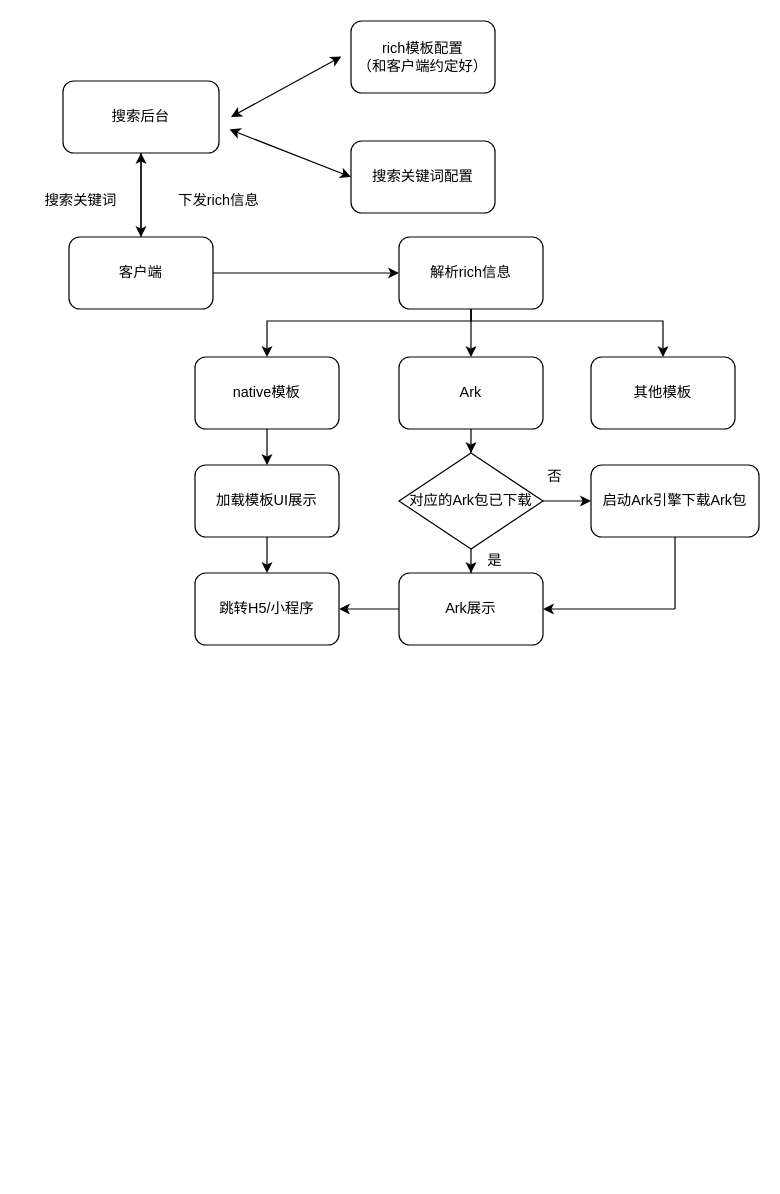
Above: page "Ark" (3 of 3) of t3.drawio in wind1096471134/Brainstorming (draw.io), before the change. Source tidied: cells renumbered, new cells numbered last; positions are measured from the earlier drawing's top-left corner, leaving out a move shared by most shapes. Both pictures are drawn from the tidied source at 120%, with x=0, y=0 at pixel (20, 20).
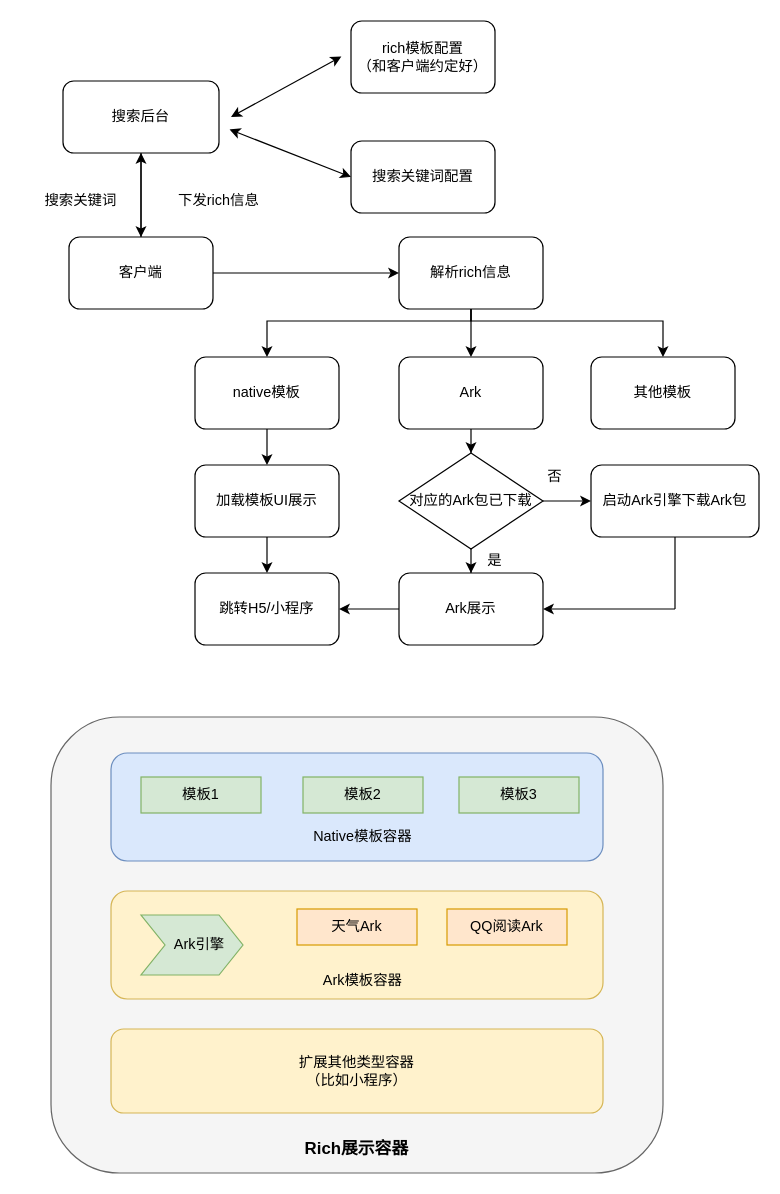
After the change.

Diff of the diagram source:
```diff
@@
+    <mxCell id="35" style="rounded=1;whiteSpace=wrap;html=1;fillColor=#f5f5f5;strokeColor=#666666;fontColor=#333333;" parent="1" vertex="1">
+      <mxGeometry x="25" y="580" width="510" height="380" as="geometry" />
+    </mxCell>
+    <mxCell id="36" value="&lt;font style=&quot;font-size: 14px&quot;&gt;&lt;b&gt;Rich展示容器&lt;/b&gt;&lt;/font&gt;" style="text;html=1;strokeColor=none;fillColor=none;align=center;verticalAlign=middle;whiteSpace=wrap;rounded=0;" parent="1" vertex="1">
+      <mxGeometry x="215" y="930" width="130" height="20" as="geometry" />
+    </mxCell>
+    <mxCell id="37" style="rounded=1;whiteSpace=wrap;html=1;fillColor=#dae8fc;strokeColor=#6c8ebf;" parent="1" vertex="1">
+      <mxGeometry x="75" y="610" width="410" height="90" as="geometry" />
+    </mxCell>
+    <mxCell id="38" value="Native模板容器" style="text;html=1;strokeColor=none;fillColor=none;align=center;verticalAlign=middle;whiteSpace=wrap;rounded=0;" parent="1" vertex="1">
+      <mxGeometry x="225" y="670" width="120" height="20" as="geometry" />
+    </mxCell>
+    <mxCell id="39" value="模板1" style="rounded=0;whiteSpace=wrap;html=1;fillColor=#d5e8d4;strokeColor=#82b366;" parent="1" vertex="1">
+      <mxGeometry x="100" y="630" width="100" height="30" as="geometry" />
+    </mxCell>
+    <mxCell id="40" value="模板2" style="rounded=0;whiteSpace=wrap;html=1;fillColor=#d5e8d4;strokeColor=#82b366;" parent="1" vertex="1">
+      <mxGeometry x="235" y="630" width="100" height="30" as="geometry" />
+    </mxCell>
+    <mxCell id="41" value="模板3" style="rounded=0;whiteSpace=wrap;html=1;fillColor=#d5e8d4;strokeColor=#82b366;" parent="1" vertex="1">
+      <mxGeometry x="365" y="630" width="100" height="30" as="geometry" />
+    </mxCell>
+    <mxCell id="42" style="rounded=1;whiteSpace=wrap;html=1;fillColor=#fff2cc;strokeColor=#d6b656;" parent="1" vertex="1">
+      <mxGeometry x="75" y="725" width="410" height="90" as="geometry" />
+    </mxCell>
+    <mxCell id="43" value="Ark模板容器" style="text;html=1;strokeColor=none;fillColor=none;align=center;verticalAlign=middle;whiteSpace=wrap;rounded=0;" parent="1" vertex="1">
+      <mxGeometry x="225" y="790" width="120" height="20" as="geometry" />
+    </mxCell>
+    <mxCell id="44" value="天气Ark" style="rounded=0;whiteSpace=wrap;html=1;fillColor=#ffe6cc;strokeColor=#d79b00;" parent="1" vertex="1">
+      <mxGeometry x="230" y="740" width="100" height="30" as="geometry" />
+    </mxCell>
+    <mxCell id="45" value="QQ阅读Ark" style="rounded=0;whiteSpace=wrap;html=1;fillColor=#ffe6cc;strokeColor=#d79b00;" parent="1" vertex="1">
+      <mxGeometry x="355" y="740" width="100" height="30" as="geometry" />
+    </mxCell>
+    <mxCell id="46" value="&amp;nbsp; &amp;nbsp; Ark引擎" style="shape=step;perimeter=stepPerimeter;whiteSpace=wrap;html=1;fixedSize=1;fillColor=#d5e8d4;strokeColor=#82b366;" parent="1" vertex="1">
+      <mxGeometry x="100" y="745" width="85" height="50" as="geometry" />
+    </mxCell>
+    <mxCell id="47" style="rounded=1;whiteSpace=wrap;html=1;fillColor=#fff2cc;strokeColor=#d6b656;" parent="1" vertex="1">
+      <mxGeometry x="75" y="840" width="410" height="70" as="geometry" />
+    </mxCell>
+    <mxCell id="48" value="扩展其他类型容器（比如小程序）" style="text;html=1;strokeColor=none;fillColor=none;align=center;verticalAlign=middle;whiteSpace=wrap;rounded=0;" parent="1" vertex="1">
+      <mxGeometry x="220" y="865" width="120" height="20" as="geometry" />
+    </mxCell>
```
